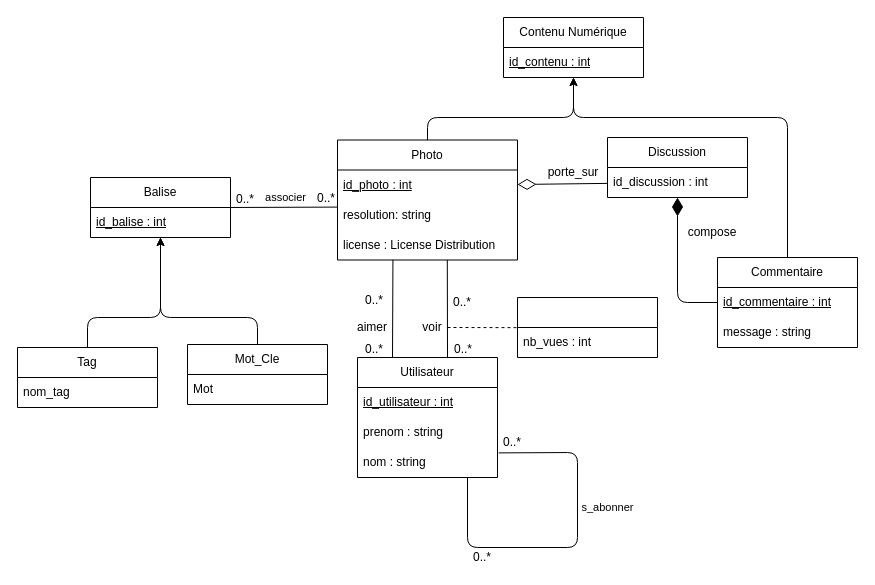
MorganNavel/BigData keeps this draw.io diagram as TD-TP1/Ex1/Modele_3/cdc3.drawio. Above is the earlier version. Source tidied: cells renumbered, new cells numbered last; positions are measured from the earlier drawing's top-left corner, leaving out a move shared by most shapes. Both pictures are drawn from the tidied source at 100%, with x=0, y=0 at pixel (17, 17).
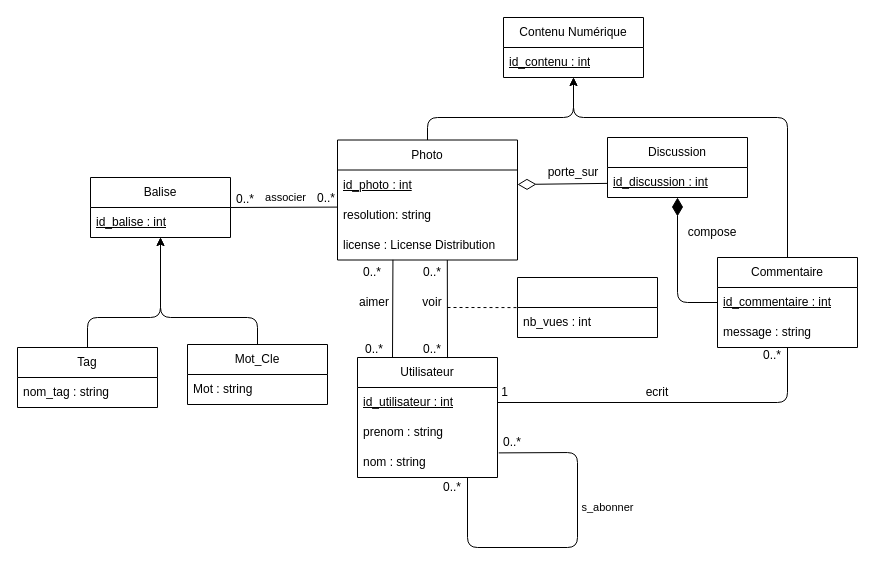
After the change.

Commit message (it also covers changes not shown here):
modif drawio2+3 et séparation des fichiers SQL

Unchanged cells that the change refers to:
```xml
<mxCell id="4" value="&lt;u&gt;id_utilisateur : int&lt;/u&gt;" style="text;strokeColor=none;fillColor=none;align=left;verticalAlign=middle;spacingLeft=4;spacingRight=4;overflow=hidden;points=[[0,0.5],[1,0.5]];portConstraint=eastwest;whiteSpace=wrap;html=1;" parent="3" vertex="1">
  <mxGeometry y="30" width="140" height="30" as="geometry" />
</mxCell>
<mxCell id="8" value="Discussion" style="swimlane;fontStyle=0;horizontal=1;startSize=30;whiteSpace=wrap;html=1;" parent="1" vertex="1">
  <mxGeometry x="590" y="120" width="140" height="60" as="geometry" />
</mxCell>
<mxCell id="12" value="message : string" style="text;strokeColor=none;fillColor=none;align=left;verticalAlign=middle;spacingLeft=4;spacingRight=4;overflow=hidden;points=[[0,0.5],[1,0.5]];portConstraint=eastwest;whiteSpace=wrap;html=1;" parent="10" vertex="1">
  <mxGeometry y="60" width="140" height="30" as="geometry" />
</mxCell>
<mxCell id="20" value="Tag" style="swimlane;fontStyle=0;horizontal=1;startSize=30;whiteSpace=wrap;html=1;" parent="1" vertex="1">
  <mxGeometry y="330" width="140" height="60" as="geometry" />
</mxCell>
<mxCell id="22" value="Mot_Cle" style="swimlane;fontStyle=0;horizontal=1;startSize=30;whiteSpace=wrap;html=1;" parent="1" vertex="1">
  <mxGeometry x="170" y="327" width="140" height="60" as="geometry" />
</mxCell>
<mxCell id="39" value="nb_vues : int" style="text;strokeColor=none;fillColor=none;align=left;verticalAlign=middle;spacingLeft=4;spacingRight=4;overflow=hidden;points=[[0,0.5],[1,0.5]];portConstraint=eastwest;whiteSpace=wrap;html=1;" parent="38" vertex="1">
  <mxGeometry y="30" width="140" height="30" as="geometry" />
</mxCell>
```

The edit, as a diff of the source:
```diff
@@
-    <mxCell id="9" value="id_discussion : int" style="text;strokeColor=none;fillColor=none;align=left;verticalAlign=middle;spacingLeft=4;spacingRight=4;overflow=hidden;points=[[0,0.5],[1,0.5]];portConstraint=eastwest;whiteSpace=wrap;html=1;" parent="8" vertex="1">
+    <mxCell id="9" value="&lt;u&gt;id_discussion : int&lt;/u&gt;" style="text;strokeColor=none;fillColor=none;align=left;verticalAlign=middle;spacingLeft=4;spacingRight=4;overflow=hidden;points=[[0,0.5],[1,0.5]];portConstraint=eastwest;whiteSpace=wrap;html=1;" parent="8" vertex="1">
       <mxGeometry y="30" width="140" height="30" as="geometry" />
     </mxCell>
@@
     <mxCell id="15" value="0..*" style="text;html=1;strokeColor=none;fillColor=none;align=center;verticalAlign=middle;whiteSpace=wrap;rounded=0;" parent="1" vertex="1">
-      <mxGeometry x="455" y="530" width="20" height="20" as="geometry" />
+      <mxGeometry x="425" y="460" width="20" height="20" as="geometry" />
     </mxCell>
@@
-    <mxCell id="21" value="nom_tag" style="text;strokeColor=none;fillColor=none;align=left;verticalAlign=middle;spacingLeft=4;spacingRight=4;overflow=hidden;whiteSpace=wrap;html=1;" parent="20" vertex="1">
+    <mxCell id="21" value="nom_tag : string" style="text;strokeColor=none;fillColor=none;align=left;verticalAlign=middle;spacingLeft=4;spacingRight=4;overflow=hidden;whiteSpace=wrap;html=1;" parent="20" vertex="1">
       <mxGeometry y="30" width="140" height="30" as="geometry" />
     </mxCell>
@@
-    <mxCell id="23" value="Mot" style="text;strokeColor=none;fillColor=none;align=left;verticalAlign=middle;spacingLeft=4;spacingRight=4;overflow=hidden;whiteSpace=wrap;html=1;" parent="22" vertex="1">
+    <mxCell id="23" value="Mot : string" style="text;strokeColor=none;fillColor=none;align=left;verticalAlign=middle;spacingLeft=4;spacingRight=4;overflow=hidden;whiteSpace=wrap;html=1;" parent="22" vertex="1">
       <mxGeometry y="30" width="140" height="30" as="geometry" />
     </mxCell>
@@
     <mxCell id="35" value="aimer" style="text;strokeColor=none;align=center;fillColor=none;html=1;verticalAlign=middle;whiteSpace=wrap;rounded=0;" parent="1" vertex="1">
-      <mxGeometry x="340" y="305" width="30" height="10" as="geometry" />
+      <mxGeometry x="342" y="280" width="30" height="10" as="geometry" />
     </mxCell>
@@
     <mxCell id="38" style="swimlane;fontStyle=0;horizontal=1;startSize=30;whiteSpace=wrap;html=1;" parent="1" vertex="1">
-      <mxGeometry x="500" y="280" width="140" height="60" as="geometry" />
+      <mxGeometry x="500" y="260" width="140" height="60" as="geometry" />
     </mxCell>
@@
     <mxCell id="41" value="voir" style="text;strokeColor=none;align=center;fillColor=none;html=1;verticalAlign=middle;whiteSpace=wrap;rounded=0;" parent="1" vertex="1">
-      <mxGeometry x="405" y="305" width="20" height="10" as="geometry" />
+      <mxGeometry x="405" y="280" width="20" height="10" as="geometry" />
     </mxCell>
-    <mxCell id="42" style="edgeStyle=none;jettySize=auto;html=1;endArrow=none;endFill=0;entryX=-0.002;entryY=0.005;entryDx=0;entryDy=0;entryPerimeter=0;dashed=1;" parent="1" edge="1" target="39">
+    <mxCell id="42" style="edgeStyle=none;jettySize=auto;html=1;endArrow=none;endFill=0;entryX=-0.002;entryY=0.003;entryDx=0;entryDy=0;entryPerimeter=0;dashed=1;" parent="1" edge="1" target="39">
       <mxGeometry relative="1" as="geometry">
-        <mxPoint x="430" y="310" as="sourcePoint" />
+        <mxPoint x="430" y="290" as="sourcePoint" />
       </mxGeometry>
     </mxCell>
     <mxCell id="43" value="0..*" style="text;strokeColor=none;align=center;fillColor=none;html=1;verticalAlign=middle;whiteSpace=wrap;rounded=0;" parent="1" vertex="1">
-      <mxGeometry x="430" y="280" width="30" height="10" as="geometry" />
+      <mxGeometry x="400" y="250" width="30" height="10" as="geometry" />
     </mxCell>
     <mxCell id="44" value="0..*" style="text;html=1;strokeColor=none;fillColor=none;align=center;verticalAlign=middle;whiteSpace=wrap;rounded=0;" parent="1" vertex="1">
-      <mxGeometry x="431" y="327" width="30" height="10" as="geometry" />
+      <mxGeometry x="400" y="327" width="30" height="10" as="geometry" />
     </mxCell>
     <mxCell id="45" value="0..*" style="text;html=1;strokeColor=none;fillColor=none;align=center;verticalAlign=middle;whiteSpace=wrap;rounded=0;" parent="1" vertex="1">
-      <mxGeometry x="342" y="278" width="30" height="10" as="geometry" />
+      <mxGeometry x="340" y="250" width="30" height="10" as="geometry" />
     </mxCell>
@@
+    <mxCell id="48" style="edgeStyle=none;html=1;exitX=1;exitY=0.5;exitDx=0;exitDy=0;entryX=0.5;entryY=1;entryDx=0;entryDy=0;entryPerimeter=0;endArrow=none;endFill=0;" parent="1" edge="1" source="4" target="12">
+      <mxGeometry relative="1" as="geometry">
+        <Array as="points">
+          <mxPoint x="770" y="385" />
+        </Array>
+      </mxGeometry>
+    </mxCell>
+    <mxCell id="49" value="ecrit" style="text;strokeColor=none;align=center;fillColor=none;html=1;verticalAlign=middle;whiteSpace=wrap;rounded=0;" parent="1" vertex="1">
+      <mxGeometry x="620" y="370" width="40" height="10" as="geometry" />
+    </mxCell>
+    <mxCell id="50" value="1" style="text;strokeColor=none;align=center;fillColor=none;html=1;verticalAlign=middle;whiteSpace=wrap;rounded=0;" parent="1" vertex="1">
+      <mxGeometry x="480" y="367" width="15" height="16" as="geometry" />
+    </mxCell>
+    <mxCell id="51" value="0..*" style="text;strokeColor=none;align=center;fillColor=none;html=1;verticalAlign=middle;whiteSpace=wrap;rounded=0;" parent="1" vertex="1">
+      <mxGeometry x="745" y="333" width="20" height="10" as="geometry" />
+    </mxCell>
```
